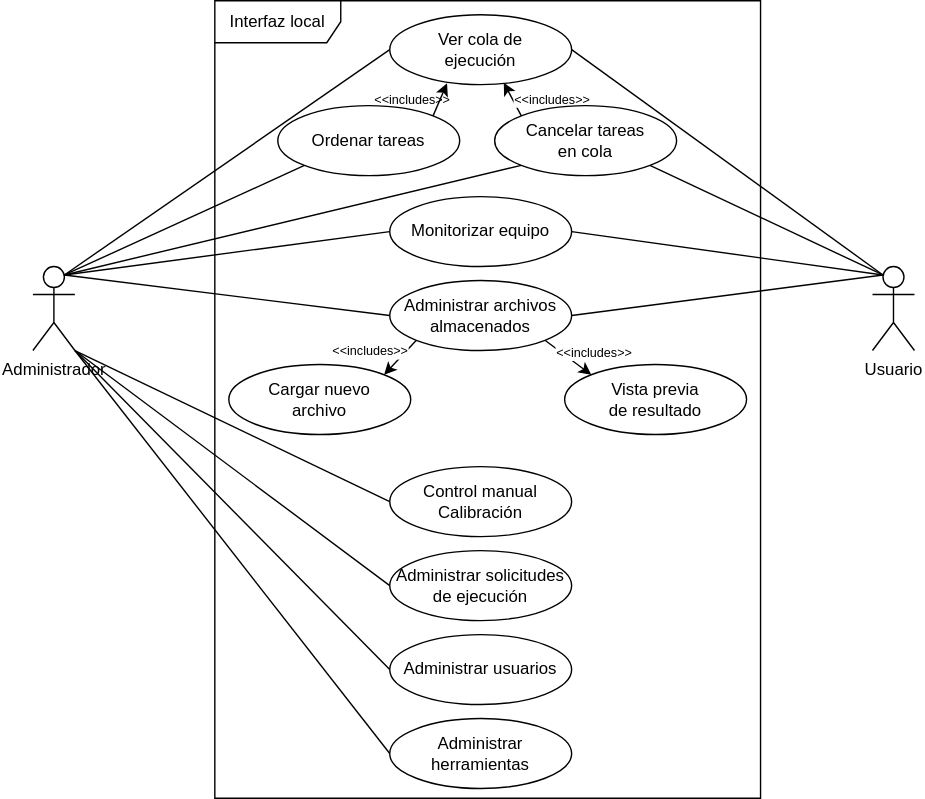
Earlier version of the draw.io export docs/design/use-cases/local-interface-use-cases.drawio.svg (Leandro-Bertoluzzi/remote-cnc). Source tidied: cells renumbered, new cells last; positions are measured from the earlier drawing's top-left corner, leaving out a move shared by most shapes.
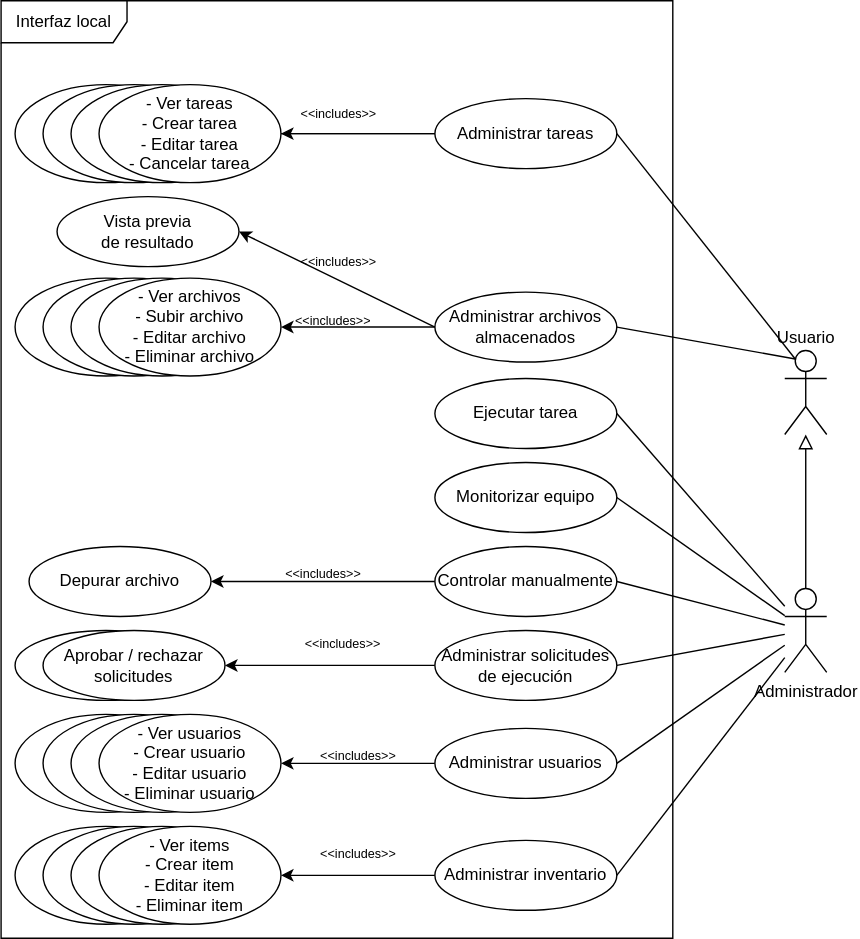
Above is the later version.

Change to the diagram source:
```diff
@@ -2,114 +2,164 @@
   <root>
     <mxCell id="0" />
     <mxCell id="1" parent="0" />
-    <mxCell id="2" value="&amp;lt;&amp;lt;includes&amp;gt;&amp;gt;" style="edgeLabel;html=1;align=center;verticalAlign=middle;fontSize=9;" parent="1" vertex="1">
-      <mxGeometry x="270" y="70" as="geometry" />
-    </mxCell>
-    <mxCell id="3" style="rounded=0;jettySize=auto;html=1;exitX=0.75;exitY=0.1;exitDx=0;exitDy=0;exitPerimeter=0;entryX=0;entryY=0.5;entryDx=0;entryDy=0;endArrow=none;endFill=0;" parent="1" edge="1" source="12" target="15">
-      <mxGeometry relative="1" as="geometry" />
-    </mxCell>
-    <mxCell id="4" style="rounded=0;jettySize=auto;html=1;exitX=0.75;exitY=0.1;exitDx=0;exitDy=0;exitPerimeter=0;entryX=0;entryY=0.5;entryDx=0;entryDy=0;endArrow=none;endFill=0;" parent="1" edge="1" source="12" target="14">
-      <mxGeometry relative="1" as="geometry" />
-    </mxCell>
-    <mxCell id="5" style="rounded=0;jettySize=auto;html=1;exitX=0.75;exitY=0.1;exitDx=0;exitDy=0;exitPerimeter=0;entryX=0;entryY=0.5;entryDx=0;entryDy=0;endArrow=none;endFill=0;" parent="1" edge="1" source="12" target="17">
-      <mxGeometry relative="1" as="geometry" />
-    </mxCell>
+    <mxCell id="37" style="ellipse;whiteSpace=wrap;html=1;" parent="1" vertex="1">
+      <mxGeometry x="50" y="390" width="130" height="50" as="geometry" />
+    </mxCell>
+    <mxCell id="38" style="ellipse;whiteSpace=wrap;html=1;" parent="1" vertex="1">
+      <mxGeometry x="50" width="130" height="70" as="geometry" />
+    </mxCell>
+    <mxCell id="39" style="ellipse;whiteSpace=wrap;html=1;" parent="1" vertex="1">
+      <mxGeometry x="70" width="130" height="70" as="geometry" />
+    </mxCell>
+    <mxCell id="13" value="Interfaz local" style="shape=umlFrame;whiteSpace=wrap;html=1;width=90;height=30;" parent="1" vertex="1">
+      <mxGeometry x="40" y="-60" width="480" height="670" as="geometry" />
+    </mxCell>
+    <mxCell id="14" value="Administrar tareas" style="ellipse;whiteSpace=wrap;html=1;" parent="1" vertex="1">
+      <mxGeometry x="350" y="10" width="130" height="50" as="geometry" />
+    </mxCell>
+    <mxCell id="15" value="Monitorizar equipo" style="ellipse;whiteSpace=wrap;html=1;" parent="1" vertex="1">
+      <mxGeometry x="350" y="270" width="130" height="50" as="geometry" />
+    </mxCell>
+    <mxCell id="40" style="rounded=0;jettySize=auto;html=1;exitX=0;exitY=0.5;exitDx=0;exitDy=0;entryX=1;entryY=0.5;entryDx=0;entryDy=0;" parent="1" edge="1" source="17" target="52">
+      <mxGeometry relative="1" as="geometry" />
+    </mxCell>
+    <mxCell id="41" value="&amp;lt;&amp;lt;includes&amp;gt;&amp;gt;" style="edgeLabel;html=1;align=center;verticalAlign=middle;labelBackgroundColor=none;fontSize=9;" parent="40" vertex="1">
+      <mxGeometry x="0.2" relative="1" as="geometry">
+        <mxPoint x="-8" y="-5" as="offset" />
+      </mxGeometry>
+    </mxCell>
+    <mxCell id="17" value="Administrar archivos almacenados" style="ellipse;whiteSpace=wrap;html=1;" parent="1" vertex="1">
+      <mxGeometry x="350" y="148.2" width="130" height="50" as="geometry" />
+    </mxCell>
+    <mxCell id="42" value="&amp;lt;&amp;lt;includes&amp;gt;&amp;gt;" style="rounded=0;jettySize=auto;html=1;entryX=1;entryY=0.5;entryDx=0;entryDy=0;labelBackgroundColor=none;fontSize=9;" parent="1" edge="1" source="19" target="62">
+      <mxGeometry y="-5" relative="1" as="geometry" />
+    </mxCell>
+    <mxCell id="19" value="Controlar manualmente" style="ellipse;whiteSpace=wrap;html=1;" parent="1" vertex="1">
+      <mxGeometry x="350" y="330" width="130" height="50" as="geometry" />
+    </mxCell>
+    <mxCell id="43" value="&amp;lt;&amp;lt;includes&amp;gt;&amp;gt;" style="rounded=0;jettySize=auto;html=1;entryX=1;entryY=0.5;entryDx=0;entryDy=0;fontSize=9;labelBackgroundColor=none;" parent="1" edge="1" source="20" target="61">
+      <mxGeometry x="-0.12" y="-15" relative="1" as="geometry" />
+    </mxCell>
+    <mxCell id="20" value="Administrar solicitudes&lt;br&gt;de ejecución" style="ellipse;whiteSpace=wrap;html=1;" parent="1" vertex="1">
+      <mxGeometry x="350" y="390" width="130" height="50" as="geometry" />
+    </mxCell>
+    <mxCell id="44" value="&amp;lt;&amp;lt;includes&amp;gt;&amp;gt;" style="rounded=0;jettySize=auto;html=1;entryX=1;entryY=0.5;entryDx=0;entryDy=0;labelBackgroundColor=none;fontSize=9;" parent="1" edge="1" source="21" target="56">
+      <mxGeometry y="-5" relative="1" as="geometry" />
+    </mxCell>
+    <mxCell id="21" value="Administrar usuarios" style="ellipse;whiteSpace=wrap;html=1;" parent="1" vertex="1">
+      <mxGeometry x="350" y="460" width="130" height="50" as="geometry" />
+    </mxCell>
+    <mxCell id="22" value="Vista previa&lt;br&gt;de resultado" style="ellipse;whiteSpace=wrap;html=1;" parent="1" vertex="1">
+      <mxGeometry x="80" y="80" width="130" height="50" as="geometry" />
+    </mxCell>
+    <mxCell id="23" style="rounded=0;jettySize=auto;html=1;exitX=0;exitY=0.5;exitDx=0;exitDy=0;entryX=1;entryY=0.5;entryDx=0;entryDy=0;" parent="1" edge="1" source="17" target="22">
+      <mxGeometry relative="1" as="geometry" />
+    </mxCell>
+    <mxCell id="24" value="&lt;font style=&quot;font-size: 9px;&quot;&gt;&amp;lt;&amp;lt;includes&amp;gt;&amp;gt;&lt;/font&gt;" style="edgeLabel;html=1;align=center;verticalAlign=middle;labelBackgroundColor=none;" parent="23" vertex="1">
+      <mxGeometry x="0.17" y="2" relative="1" as="geometry">
+        <mxPoint x="13" y="-10" as="offset" />
+      </mxGeometry>
+    </mxCell>
+    <mxCell id="45" value="&amp;lt;&amp;lt;includes&amp;gt;&amp;gt;" style="rounded=0;jettySize=auto;html=1;entryX=1;entryY=0.5;entryDx=0;entryDy=0;fontSize=9;labelBackgroundColor=none;" parent="1" edge="1" source="25" target="60">
+      <mxGeometry y="-15" relative="1" as="geometry" />
+    </mxCell>
+    <mxCell id="25" value="Administrar inventario" style="ellipse;whiteSpace=wrap;html=1;" parent="1" vertex="1">
+      <mxGeometry x="350" y="540" width="130" height="50" as="geometry" />
+    </mxCell>
+    <mxCell id="26" style="edgeStyle=none;html=1;exitX=0.25;exitY=0.1;exitDx=0;exitDy=0;exitPerimeter=0;entryX=1;entryY=0.5;entryDx=0;entryDy=0;endArrow=none;endFill=0;" parent="1" edge="1" source="30" target="17">
+      <mxGeometry relative="1" as="geometry" />
+    </mxCell>
+    <mxCell id="28" style="edgeStyle=none;html=1;exitX=0.25;exitY=0.1;exitDx=0;exitDy=0;exitPerimeter=0;entryX=1;entryY=0.5;entryDx=0;entryDy=0;endArrow=none;endFill=0;" parent="1" edge="1" source="30" target="14">
+      <mxGeometry relative="1" as="geometry" />
+    </mxCell>
+    <mxCell id="30" value="Usuario" style="shape=umlActor;verticalLabelPosition=top;verticalAlign=bottom;html=1;labelPosition=center;align=center;" parent="1" vertex="1">
+      <mxGeometry x="600" y="190" width="30" height="60" as="geometry" />
+    </mxCell>
+    <mxCell id="33" value="Ejecutar tarea" style="ellipse;whiteSpace=wrap;html=1;" parent="1" vertex="1">
+      <mxGeometry x="350" y="210" width="130" height="50" as="geometry" />
+    </mxCell>
+    <mxCell id="34" style="rounded=0;jettySize=auto;html=1;exitX=0;exitY=0.5;exitDx=0;exitDy=0;entryX=1;entryY=0.5;entryDx=0;entryDy=0;" parent="1" edge="1" source="14" target="36">
+      <mxGeometry relative="1" as="geometry" />
+    </mxCell>
+    <mxCell id="35" value="&amp;lt;&amp;lt;includes&amp;gt;&amp;gt;" style="edgeLabel;html=1;align=center;verticalAlign=middle;fontSize=9;labelBackgroundColor=none;" parent="34" vertex="1">
+      <mxGeometry x="0.17" y="2" relative="1" as="geometry">
+        <mxPoint x="6" y="-17" as="offset" />
+      </mxGeometry>
+    </mxCell>
+    <mxCell id="36" style="ellipse;whiteSpace=wrap;html=1;" parent="1" vertex="1">
+      <mxGeometry x="90" width="130" height="70" as="geometry" />
+    </mxCell>
+    <mxCell id="46" style="edgeStyle=orthogonalEdgeStyle;rounded=0;jettySize=auto;html=1;endArrow=block;endFill=0;endSize=8;" parent="1" edge="1" source="12" target="30">
+      <mxGeometry relative="1" as="geometry" />
+    </mxCell>
-    <mxCell id="6" style="rounded=0;jettySize=auto;html=1;exitX=1;exitY=1;exitDx=0;exitDy=0;exitPerimeter=0;entryX=0;entryY=0.5;entryDx=0;entryDy=0;endArrow=none;endFill=0;" parent="1" edge="1" source="12" target="19">
+    <mxCell id="6" style="rounded=0;jettySize=auto;html=1;entryX=1;entryY=0.5;entryDx=0;entryDy=0;endArrow=none;endFill=0;" parent="1" edge="1" source="12" target="19">
       <mxGeometry relative="1" as="geometry" />
     </mxCell>
-    <mxCell id="7" style="rounded=0;jettySize=auto;html=1;exitX=1;exitY=1;exitDx=0;exitDy=0;exitPerimeter=0;entryX=0;entryY=0.5;entryDx=0;entryDy=0;endArrow=none;endFill=0;" parent="1" edge="1" source="12" target="20">
+    <mxCell id="7" style="rounded=0;jettySize=auto;html=1;entryX=1;entryY=0.5;entryDx=0;entryDy=0;endArrow=none;endFill=0;" parent="1" edge="1" source="12" target="20">
       <mxGeometry relative="1" as="geometry" />
     </mxCell>
-    <mxCell id="8" style="rounded=0;jettySize=auto;html=1;exitX=1;exitY=1;exitDx=0;exitDy=0;exitPerimeter=0;entryX=0;entryY=0.5;entryDx=0;entryDy=0;endArrow=none;endFill=0;" parent="1" edge="1" source="12" target="21">
+    <mxCell id="8" style="rounded=0;jettySize=auto;html=1;entryX=1;entryY=0.5;entryDx=0;entryDy=0;endArrow=none;endFill=0;" parent="1" edge="1" source="12" target="21">
       <mxGeometry relative="1" as="geometry" />
     </mxCell>
-    <mxCell id="9" style="rounded=0;jettySize=auto;html=1;exitX=1;exitY=1;exitDx=0;exitDy=0;exitPerimeter=0;entryX=0;entryY=0.5;entryDx=0;entryDy=0;endArrow=none;endFill=0;" parent="1" edge="1" source="12" target="25">
+    <mxCell id="9" style="rounded=0;jettySize=auto;html=1;entryX=1;entryY=0.5;entryDx=0;entryDy=0;endArrow=none;endFill=0;" parent="1" edge="1" source="12" target="25">
       <mxGeometry relative="1" as="geometry" />
     </mxCell>
-    <mxCell id="10" style="rounded=0;jettySize=auto;html=1;exitX=0.75;exitY=0.1;exitDx=0;exitDy=0;exitPerimeter=0;entryX=0;entryY=1;entryDx=0;entryDy=0;endArrow=none;endFill=0;" parent="1" edge="1" source="12" target="33">
+    <mxCell id="10" style="rounded=0;jettySize=auto;html=1;entryX=1;entryY=0.5;entryDx=0;entryDy=0;endArrow=none;endFill=0;" parent="1" edge="1" source="12" target="33">
       <mxGeometry relative="1" as="geometry" />
     </mxCell>
-    <mxCell id="11" style="rounded=0;jettySize=auto;html=1;exitX=0.75;exitY=0.1;exitDx=0;exitDy=0;exitPerimeter=0;entryX=0;entryY=1;entryDx=0;entryDy=0;endArrow=none;endFill=0;" parent="1" edge="1" source="12" target="36">
-      <mxGeometry relative="1" as="geometry" />
-    </mxCell>
+    <mxCell id="3" style="rounded=0;jettySize=auto;html=1;entryX=1;entryY=0.5;entryDx=0;entryDy=0;endArrow=none;endFill=0;" parent="1" edge="1" source="12" target="15">
+      <mxGeometry relative="1" as="geometry" />
+    </mxCell>
     <mxCell id="12" value="Administrador" style="shape=umlActor;verticalLabelPosition=bottom;verticalAlign=top;html=1;" parent="1" vertex="1">
-      <mxGeometry y="190" width="30" height="60" as="geometry" />
+      <mxGeometry x="600" y="360" width="30" height="60" as="geometry" />
     </mxCell>
-    <mxCell id="13" value="Interfaz local" style="shape=umlFrame;whiteSpace=wrap;html=1;width=90;height=30;" parent="1" vertex="1">
-      <mxGeometry x="130" width="390" height="570" as="geometry" />
-    </mxCell>
-    <mxCell id="14" value="Ver cola de&lt;br&gt;ejecución" style="ellipse;whiteSpace=wrap;html=1;" parent="1" vertex="1">
-      <mxGeometry x="255" y="10" width="130" height="50" as="geometry" />
-    </mxCell>
-    <mxCell id="15" value="Monitorizar equipo" style="ellipse;whiteSpace=wrap;html=1;" parent="1" vertex="1">
-      <mxGeometry x="255" y="140" width="130" height="50" as="geometry" />
-    </mxCell>
-    <mxCell id="16" style="rounded=0;jettySize=auto;html=1;exitX=0;exitY=1;exitDx=0;exitDy=0;entryX=1;entryY=0;entryDx=0;entryDy=0;endArrow=classic;endFill=1;" parent="1" edge="1" source="17" target="18">
-      <mxGeometry relative="1" as="geometry" />
-    </mxCell>
-    <mxCell id="17" value="Administrar archivos almacenados" style="ellipse;whiteSpace=wrap;html=1;" parent="1" vertex="1">
-      <mxGeometry x="255" y="200" width="130" height="50" as="geometry" />
-    </mxCell>
-    <mxCell id="18" value="Cargar nuevo&lt;br&gt;archivo" style="ellipse;whiteSpace=wrap;html=1;" parent="1" vertex="1">
-      <mxGeometry x="140" y="260" width="130" height="50" as="geometry" />
-    </mxCell>
-    <mxCell id="19" value="Control manual&lt;br&gt;Calibración" style="ellipse;whiteSpace=wrap;html=1;" parent="1" vertex="1">
-      <mxGeometry x="255" y="333" width="130" height="50" as="geometry" />
-    </mxCell>
-    <mxCell id="20" value="Administrar solicitudes&lt;br&gt;de ejecución" style="ellipse;whiteSpace=wrap;html=1;" parent="1" vertex="1">
-      <mxGeometry x="255" y="393" width="130" height="50" as="geometry" />
-    </mxCell>
-    <mxCell id="21" value="Administrar usuarios" style="ellipse;whiteSpace=wrap;html=1;" parent="1" vertex="1">
-      <mxGeometry x="255" y="453" width="130" height="50" as="geometry" />
-    </mxCell>
-    <mxCell id="22" value="Vista previa&lt;br&gt;de resultado" style="ellipse;whiteSpace=wrap;html=1;" parent="1" vertex="1">
-      <mxGeometry x="380" y="260" width="130" height="50" as="geometry" />
-    </mxCell>
-    <mxCell id="23" style="rounded=0;jettySize=auto;html=1;exitX=1;exitY=1;exitDx=0;exitDy=0;entryX=0;entryY=0;entryDx=0;entryDy=0;" parent="1" edge="1" source="17" target="22">
-      <mxGeometry relative="1" as="geometry" />
-    </mxCell>
-    <mxCell id="24" value="&lt;font style=&quot;font-size: 9px;&quot;&gt;&amp;lt;&amp;lt;includes&amp;gt;&amp;gt;&lt;/font&gt;" style="edgeLabel;html=1;align=center;verticalAlign=middle;" parent="23" vertex="1">
-      <mxGeometry x="0.17" y="2" relative="1" as="geometry">
-        <mxPoint x="14" y="-5" as="offset" />
-      </mxGeometry>
-    </mxCell>
-    <mxCell id="25" value="Administrar herramientas" style="ellipse;whiteSpace=wrap;html=1;" parent="1" vertex="1">
-      <mxGeometry x="255" y="513" width="130" height="50" as="geometry" />
-    </mxCell>
-    <mxCell id="26" style="edgeStyle=none;html=1;exitX=0.25;exitY=0.1;exitDx=0;exitDy=0;exitPerimeter=0;entryX=1;entryY=0.5;entryDx=0;entryDy=0;endArrow=none;endFill=0;" parent="1" edge="1" source="30" target="17">
-      <mxGeometry relative="1" as="geometry" />
-    </mxCell>
-    <mxCell id="27" style="edgeStyle=none;html=1;exitX=0.25;exitY=0.1;exitDx=0;exitDy=0;exitPerimeter=0;entryX=1;entryY=0.5;entryDx=0;entryDy=0;endArrow=none;endFill=0;" parent="1" edge="1" source="30" target="15">
-      <mxGeometry relative="1" as="geometry" />
-    </mxCell>
-    <mxCell id="28" style="edgeStyle=none;html=1;exitX=0.25;exitY=0.1;exitDx=0;exitDy=0;exitPerimeter=0;entryX=1;entryY=0.5;entryDx=0;entryDy=0;endArrow=none;endFill=0;" parent="1" edge="1" source="30" target="14">
-      <mxGeometry relative="1" as="geometry" />
-    </mxCell>
-    <mxCell id="29" style="rounded=0;jettySize=auto;html=1;exitX=0.25;exitY=0.1;exitDx=0;exitDy=0;exitPerimeter=0;entryX=1;entryY=1;entryDx=0;entryDy=0;endArrow=none;endFill=0;" parent="1" edge="1" source="30" target="36">
-      <mxGeometry relative="1" as="geometry" />
-    </mxCell>
-    <mxCell id="30" value="Usuario" style="shape=umlActor;verticalLabelPosition=bottom;verticalAlign=top;html=1;" parent="1" vertex="1">
-      <mxGeometry x="600" y="190" width="30" height="60" as="geometry" />
-    </mxCell>
-    <mxCell id="31" value="&amp;lt;&amp;lt;includes&amp;gt;&amp;gt;" style="edgeLabel;html=1;align=center;verticalAlign=middle;fontSize=9;" parent="1" vertex="1">
-      <mxGeometry x="240" y="250" as="geometry" />
-    </mxCell>
-    <mxCell id="32" style="rounded=0;jettySize=auto;html=1;exitX=1;exitY=0;exitDx=0;exitDy=0;entryX=0.315;entryY=0.98;entryDx=0;entryDy=0;endArrow=classic;endFill=1;entryPerimeter=0;" parent="1" edge="1" source="33" target="14">
-      <mxGeometry relative="1" as="geometry" />
-    </mxCell>
-    <mxCell id="33" value="Ordenar tareas" style="ellipse;whiteSpace=wrap;html=1;" parent="1" vertex="1">
-      <mxGeometry x="175" y="75" width="130" height="50" as="geometry" />
-    </mxCell>
-    <mxCell id="34" style="rounded=0;jettySize=auto;html=1;exitX=0;exitY=0;exitDx=0;exitDy=0;entryX=0.627;entryY=0.972;entryDx=0;entryDy=0;entryPerimeter=0;" parent="1" edge="1" source="36" target="14">
-      <mxGeometry relative="1" as="geometry" />
-    </mxCell>
-    <mxCell id="35" value="&amp;lt;&amp;lt;includes&amp;gt;&amp;gt;" style="edgeLabel;html=1;align=center;verticalAlign=middle;fontSize=9;" parent="34" vertex="1">
-      <mxGeometry x="0.17" y="2" relative="1" as="geometry">
-        <mxPoint x="31" y="1" as="offset" />
-      </mxGeometry>
-    </mxCell>
-    <mxCell id="36" value="Cancelar tareas&lt;br&gt;en cola" style="ellipse;whiteSpace=wrap;html=1;" parent="1" vertex="1">
-      <mxGeometry x="330" y="75" width="130" height="50" as="geometry" />
-    </mxCell>
+    <mxCell id="47" style="rounded=0;jettySize=auto;html=1;entryX=1;entryY=0.5;entryDx=0;entryDy=0;exitX=0;exitY=0.5;exitDx=0;exitDy=0;" parent="1" edge="1" source="14" target="48">
+      <mxGeometry relative="1" as="geometry" />
+    </mxCell>
+    <mxCell id="48" value="&lt;div&gt;- Ver tareas&lt;/div&gt;&lt;div&gt;- Crear tarea&lt;/div&gt;&lt;div&gt;- Editar tarea&lt;/div&gt;&lt;div&gt;- Cancelar tarea&lt;br&gt;&lt;/div&gt;" style="ellipse;whiteSpace=wrap;html=1;" parent="1" vertex="1">
+      <mxGeometry x="110" width="130" height="70" as="geometry" />
+    </mxCell>
+    <mxCell id="49" style="ellipse;whiteSpace=wrap;html=1;" parent="1" vertex="1">
+      <mxGeometry x="50" y="138.2" width="130" height="70" as="geometry" />
+    </mxCell>
+    <mxCell id="50" style="ellipse;whiteSpace=wrap;html=1;" parent="1" vertex="1">
+      <mxGeometry x="70" y="138.2" width="130" height="70" as="geometry" />
+    </mxCell>
+    <mxCell id="51" style="ellipse;whiteSpace=wrap;html=1;" parent="1" vertex="1">
+      <mxGeometry x="90" y="138.2" width="130" height="70" as="geometry" />
+    </mxCell>
+    <mxCell id="52" value="&lt;div&gt;- Ver archivos&lt;/div&gt;&lt;div&gt;- Subir archivo&lt;/div&gt;&lt;div&gt;- Editar archivo&lt;br&gt;&lt;/div&gt;&lt;div&gt;- Eliminar archivo&lt;br&gt;&lt;/div&gt;" style="ellipse;whiteSpace=wrap;html=1;" parent="1" vertex="1">
+      <mxGeometry x="110" y="138.2" width="130" height="70" as="geometry" />
+    </mxCell>
+    <mxCell id="53" style="ellipse;whiteSpace=wrap;html=1;" parent="1" vertex="1">
+      <mxGeometry x="50" y="450" width="130" height="70" as="geometry" />
+    </mxCell>
+    <mxCell id="54" style="ellipse;whiteSpace=wrap;html=1;" parent="1" vertex="1">
+      <mxGeometry x="70" y="450" width="130" height="70" as="geometry" />
+    </mxCell>
+    <mxCell id="55" style="ellipse;whiteSpace=wrap;html=1;" parent="1" vertex="1">
+      <mxGeometry x="90" y="450" width="130" height="70" as="geometry" />
+    </mxCell>
+    <mxCell id="56" value="&lt;div&gt;- Ver usuarios&lt;/div&gt;&lt;div&gt;- Crear usuario&lt;br&gt;&lt;/div&gt;&lt;div&gt;- Editar usuario&lt;br&gt;&lt;/div&gt;&lt;div&gt;- Eliminar usuario&lt;br&gt;&lt;/div&gt;" style="ellipse;whiteSpace=wrap;html=1;" parent="1" vertex="1">
+      <mxGeometry x="110" y="450" width="130" height="70" as="geometry" />
+    </mxCell>
+    <mxCell id="57" style="ellipse;whiteSpace=wrap;html=1;" parent="1" vertex="1">
+      <mxGeometry x="50" y="530" width="130" height="70" as="geometry" />
+    </mxCell>
+    <mxCell id="58" style="ellipse;whiteSpace=wrap;html=1;" parent="1" vertex="1">
+      <mxGeometry x="70" y="530" width="130" height="70" as="geometry" />
+    </mxCell>
+    <mxCell id="59" style="ellipse;whiteSpace=wrap;html=1;" parent="1" vertex="1">
+      <mxGeometry x="90" y="530" width="130" height="70" as="geometry" />
+    </mxCell>
+    <mxCell id="60" value="&lt;div&gt;- Ver items&lt;/div&gt;&lt;div&gt;- Crear item&lt;br&gt;&lt;/div&gt;&lt;div&gt;- Editar item&lt;br&gt;&lt;/div&gt;&lt;div&gt;- Eliminar item&lt;br&gt;&lt;/div&gt;" style="ellipse;whiteSpace=wrap;html=1;" parent="1" vertex="1">
+      <mxGeometry x="110" y="530" width="130" height="70" as="geometry" />
+    </mxCell>
+    <mxCell id="61" value="&lt;div&gt;Aprobar / rechazar&lt;/div&gt;&lt;div&gt;solicitudes&lt;br&gt;&lt;/div&gt;" style="ellipse;whiteSpace=wrap;html=1;" parent="1" vertex="1">
+      <mxGeometry x="70" y="390" width="130" height="50" as="geometry" />
+    </mxCell>
+    <mxCell id="62" value="Depurar archivo" style="ellipse;whiteSpace=wrap;html=1;" parent="1" vertex="1">
+      <mxGeometry x="60" y="330" width="130" height="50" as="geometry" />
+    </mxCell>
   </root>
 </mxGraphModel>
```
